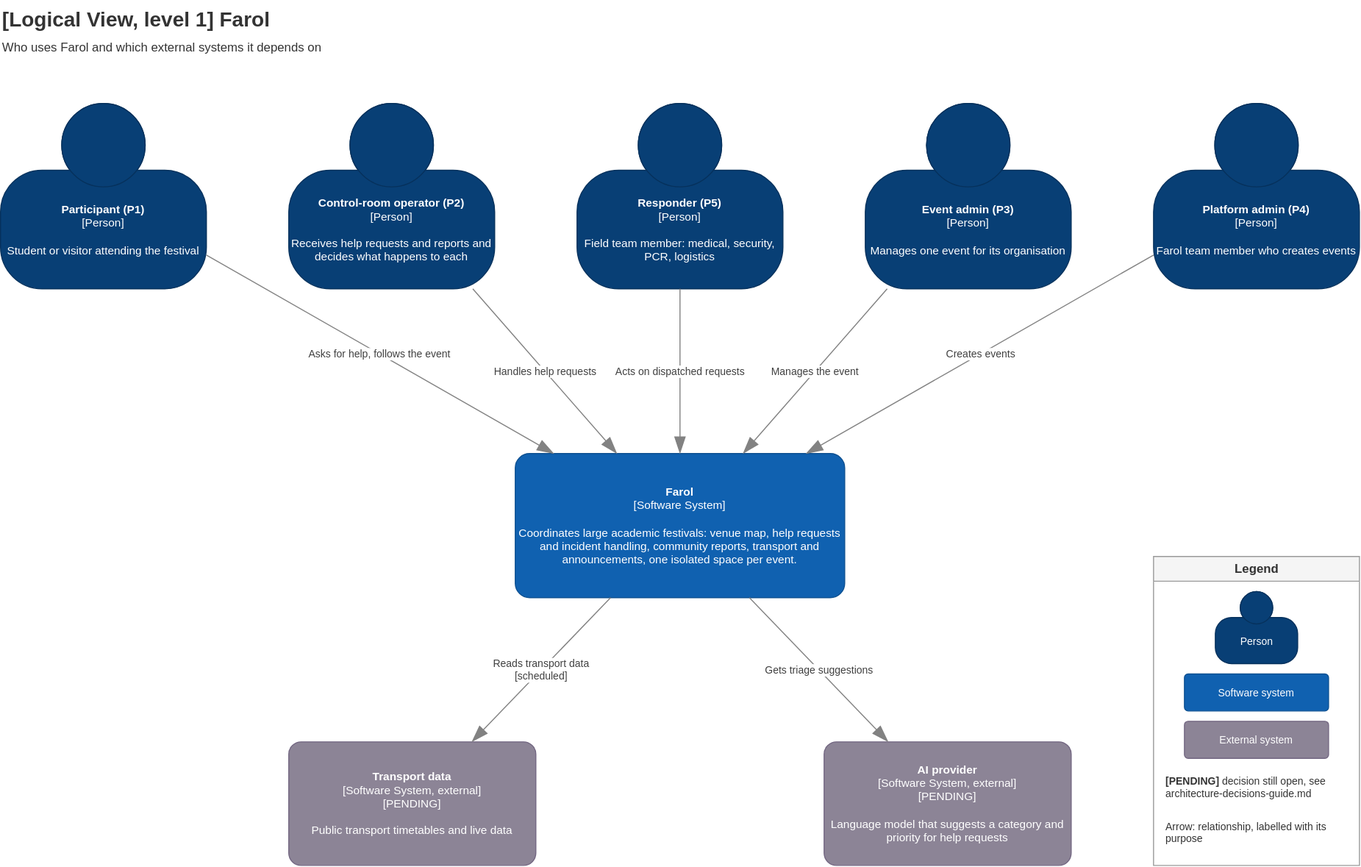
Before: Docs/Technical/diagrams/logical-view-level-1.drawio.svg, a diagram exported from draw.io (tomasoliveira21/LABDSOF). Source tidied: cells renumbered, new cells last; positions are measured from the earlier drawing's top-left corner, leaving out a move shared by most shapes. Its diagram source:
```xml
<mxGraphModel>
  <root>
    <mxCell id="0" />
    <mxCell id="1" parent="0" />
    <mxCell id="2" value="&lt;b&gt;[Logical View, level 1] Farol&lt;/b&gt;&lt;br&gt;&lt;font style=&quot;font-size:12px&quot;&gt;Who uses Farol and which external systems it depends on&lt;/font&gt;" style="text;html=1;align=left;verticalAlign=top;fontSize=20;fontColor=#333333;" parent="1" vertex="1">
      <mxGeometry width="700" height="60" as="geometry" />
    </mxCell>
    <mxCell id="3" value="&lt;b&gt;Participant (P1)&lt;/b&gt;&lt;div&gt;[Person]&lt;/div&gt;&lt;br&gt;&lt;div&gt;Student or visitor attending the festival&lt;/div&gt;" style="html=1;fontSize=11;dashed=0;whiteSpace=wrap;fillColor=#083F75;strokeColor=#06315C;fontColor=#ffffff;shape=mxgraph.c4.person2;align=center;" parent="1" vertex="1">
      <mxGeometry y="100" width="200" height="180" as="geometry" />
    </mxCell>
    <mxCell id="4" value="&lt;b&gt;Control-room operator (P2)&lt;/b&gt;&lt;div&gt;[Person]&lt;/div&gt;&lt;br&gt;&lt;div&gt;Receives help requests and reports and decides what happens to each&lt;/div&gt;" style="html=1;fontSize=11;dashed=0;whiteSpace=wrap;fillColor=#083F75;strokeColor=#06315C;fontColor=#ffffff;shape=mxgraph.c4.person2;align=center;" parent="1" vertex="1">
      <mxGeometry x="280" y="100" width="200" height="180" as="geometry" />
    </mxCell>
    <mxCell id="5" value="&lt;b&gt;Responder (P5)&lt;/b&gt;&lt;div&gt;[Person]&lt;/div&gt;&lt;br&gt;&lt;div&gt;Field team member: medical, security, PCR, logistics&lt;/div&gt;" style="html=1;fontSize=11;dashed=0;whiteSpace=wrap;fillColor=#083F75;strokeColor=#06315C;fontColor=#ffffff;shape=mxgraph.c4.person2;align=center;" parent="1" vertex="1">
      <mxGeometry x="560" y="100" width="200" height="180" as="geometry" />
    </mxCell>
    <mxCell id="6" value="&lt;b&gt;Event admin (P3)&lt;/b&gt;&lt;div&gt;[Person]&lt;/div&gt;&lt;br&gt;&lt;div&gt;Manages one event for its organisation&lt;/div&gt;" style="html=1;fontSize=11;dashed=0;whiteSpace=wrap;fillColor=#083F75;strokeColor=#06315C;fontColor=#ffffff;shape=mxgraph.c4.person2;align=center;" parent="1" vertex="1">
      <mxGeometry x="840" y="100" width="200" height="180" as="geometry" />
    </mxCell>
    <mxCell id="7" value="&lt;b&gt;Platform admin (P4)&lt;/b&gt;&lt;div&gt;[Person]&lt;/div&gt;&lt;br&gt;&lt;div&gt;Farol team member who creates events&lt;/div&gt;" style="html=1;fontSize=11;dashed=0;whiteSpace=wrap;fillColor=#083F75;strokeColor=#06315C;fontColor=#ffffff;shape=mxgraph.c4.person2;align=center;" parent="1" vertex="1">
      <mxGeometry x="1120" y="100" width="200" height="180" as="geometry" />
    </mxCell>
    <mxCell id="8" value="&lt;b&gt;Farol&lt;/b&gt;&lt;div&gt;[Software System]&lt;/div&gt;&lt;br&gt;&lt;div&gt;Coordinates large academic festivals: venue map, help requests and incident handling, community reports, transport and announcements, one isolated space per event.&lt;/div&gt;" style="rounded=1;whiteSpace=wrap;html=1;labelBackgroundColor=none;fillColor=#1061B0;fontColor=#ffffff;align=center;arcSize=10;strokeColor=#0D5091;fontSize=11;" parent="1" vertex="1">
      <mxGeometry x="500" y="440" width="320" height="140" as="geometry" />
    </mxCell>
    <mxCell id="9" value="&lt;b&gt;Transport data&lt;/b&gt;&lt;div&gt;[Software System, external]&lt;/div&gt;&lt;div&gt;[PENDING]&lt;/div&gt;&lt;br&gt;&lt;div&gt;Public transport timetables and live data&lt;/div&gt;" style="rounded=1;whiteSpace=wrap;html=1;labelBackgroundColor=none;fillColor=#8C8496;fontColor=#ffffff;align=center;arcSize=10;strokeColor=#736782;fontSize=11;" parent="1" vertex="1">
      <mxGeometry x="280" y="720" width="240" height="120" as="geometry" />
    </mxCell>
    <mxCell id="10" value="&lt;b&gt;AI provider&lt;/b&gt;&lt;div&gt;[Software System, external]&lt;/div&gt;&lt;div&gt;[PENDING]&lt;/div&gt;&lt;br&gt;&lt;div&gt;Language model that suggests a category and priority for help requests&lt;/div&gt;" style="rounded=1;whiteSpace=wrap;html=1;labelBackgroundColor=none;fillColor=#8C8496;fontColor=#ffffff;align=center;arcSize=10;strokeColor=#736782;fontSize=11;" parent="1" vertex="1">
      <mxGeometry x="800" y="720" width="240" height="120" as="geometry" />
    </mxCell>
    <mxCell id="11" value="Asks for help, follows the event" style="endArrow=blockThin;html=1;fontSize=10;fontColor=#404040;endFill=1;strokeColor=#828282;endSize=14;rounded=0;labelBackgroundColor=#ffffff;" parent="1" edge="1" source="3" target="8">
      <mxGeometry relative="1" as="geometry" />
    </mxCell>
    <mxCell id="12" value="Handles help requests" style="endArrow=blockThin;html=1;fontSize=10;fontColor=#404040;endFill=1;strokeColor=#828282;endSize=14;rounded=0;labelBackgroundColor=#ffffff;" parent="1" edge="1" source="4" target="8">
      <mxGeometry relative="1" as="geometry" />
    </mxCell>
    <mxCell id="13" value="Acts on dispatched requests" style="endArrow=blockThin;html=1;fontSize=10;fontColor=#404040;endFill=1;strokeColor=#828282;endSize=14;rounded=0;labelBackgroundColor=#ffffff;" parent="1" edge="1" source="5" target="8">
      <mxGeometry relative="1" as="geometry" />
    </mxCell>
    <mxCell id="14" value="Manages the event" style="endArrow=blockThin;html=1;fontSize=10;fontColor=#404040;endFill=1;strokeColor=#828282;endSize=14;rounded=0;labelBackgroundColor=#ffffff;" parent="1" edge="1" source="6" target="8">
      <mxGeometry relative="1" as="geometry" />
    </mxCell>
    <mxCell id="15" value="Creates events" style="endArrow=blockThin;html=1;fontSize=10;fontColor=#404040;endFill=1;strokeColor=#828282;endSize=14;rounded=0;labelBackgroundColor=#ffffff;" parent="1" edge="1" source="7" target="8">
      <mxGeometry relative="1" as="geometry" />
    </mxCell>
    <mxCell id="16" value="Reads transport data&lt;br&gt;[scheduled]" style="endArrow=blockThin;html=1;fontSize=10;fontColor=#404040;endFill=1;strokeColor=#828282;endSize=14;rounded=0;labelBackgroundColor=#ffffff;" parent="1" edge="1" source="8" target="9">
      <mxGeometry relative="1" as="geometry" />
    </mxCell>
    <mxCell id="17" value="Gets triage suggestions" style="endArrow=blockThin;html=1;fontSize=10;fontColor=#404040;endFill=1;strokeColor=#828282;endSize=14;rounded=0;labelBackgroundColor=#ffffff;" parent="1" edge="1" source="8" target="10">
      <mxGeometry relative="1" as="geometry" />
    </mxCell>
    <mxCell id="18" value="&lt;b&gt;Legend&lt;/b&gt;" style="swimlane;startSize=24;html=1;fontSize=12;fillColor=#f5f5f5;strokeColor=#999999;fontColor=#333333;" parent="1" vertex="1">
      <mxGeometry x="1120" y="540" width="200" height="300" as="geometry" />
    </mxCell>
    <mxCell id="19" value="Person" style="html=1;fontSize=10;fillColor=#083F75;strokeColor=#06315C;fontColor=#ffffff;shape=mxgraph.c4.person2;" parent="18" vertex="1">
      <mxGeometry x="60" y="34" width="80" height="70" as="geometry" />
    </mxCell>
    <mxCell id="20" value="Software system" style="rounded=1;whiteSpace=wrap;html=1;fillColor=#1061B0;fontColor=#ffffff;arcSize=10;strokeColor=#0D5091;fontSize=10;" parent="18" vertex="1">
      <mxGeometry x="30" y="114" width="140" height="36" as="geometry" />
    </mxCell>
    <mxCell id="21" value="External system" style="rounded=1;whiteSpace=wrap;html=1;fillColor=#8C8496;fontColor=#ffffff;arcSize=10;strokeColor=#736782;fontSize=10;" parent="18" vertex="1">
      <mxGeometry x="30" y="160" width="140" height="36" as="geometry" />
    </mxCell>
    <mxCell id="22" value="&lt;b&gt;[PENDING]&lt;/b&gt; decision still open, see architecture-decisions-guide.md" style="text;html=1;whiteSpace=wrap;fontSize=10;fontColor=#333333;align=left;verticalAlign=top;" parent="18" vertex="1">
      <mxGeometry x="10" y="206" width="180" height="40" as="geometry" />
    </mxCell>
    <mxCell id="23" value="Arrow: relationship, labelled with its purpose" style="text;html=1;whiteSpace=wrap;fontSize=10;fontColor=#333333;align=left;verticalAlign=top;" parent="18" vertex="1">
      <mxGeometry x="10" y="250" width="180" height="40" as="geometry" />
    </mxCell>
  </root>
</mxGraphModel>
```
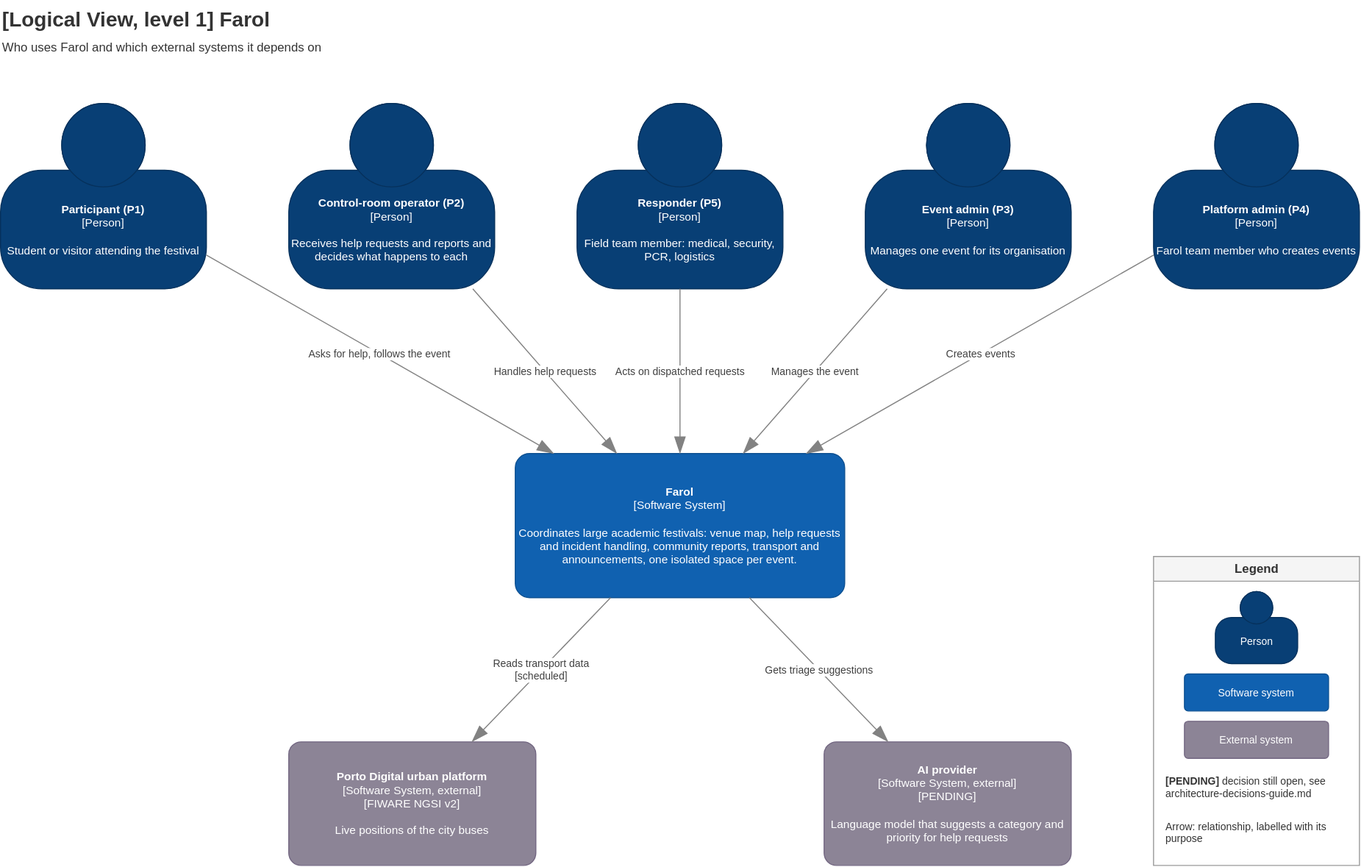
Later version of the same file.

What changed in the source:
```diff
@@ -23,7 +23,7 @@
     <mxCell id="8" value="&lt;b&gt;Farol&lt;/b&gt;&lt;div&gt;[Software System]&lt;/div&gt;&lt;br&gt;&lt;div&gt;Coordinates large academic festivals: venue map, help requests and incident handling, community reports, transport and announcements, one isolated space per event.&lt;/div&gt;" style="rounded=1;whiteSpace=wrap;html=1;labelBackgroundColor=none;fillColor=#1061B0;fontColor=#ffffff;align=center;arcSize=10;strokeColor=#0D5091;fontSize=11;" parent="1" vertex="1">
       <mxGeometry x="500" y="440" width="320" height="140" as="geometry" />
     </mxCell>
-    <mxCell id="9" value="&lt;b&gt;Transport data&lt;/b&gt;&lt;div&gt;[Software System, external]&lt;/div&gt;&lt;div&gt;[PENDING]&lt;/div&gt;&lt;br&gt;&lt;div&gt;Public transport timetables and live data&lt;/div&gt;" style="rounded=1;whiteSpace=wrap;html=1;labelBackgroundColor=none;fillColor=#8C8496;fontColor=#ffffff;align=center;arcSize=10;strokeColor=#736782;fontSize=11;" parent="1" vertex="1">
+    <mxCell id="9" value="&lt;b&gt;Porto Digital urban platform&lt;/b&gt;&lt;div&gt;[Software System, external]&lt;/div&gt;&lt;div&gt;[FIWARE NGSI v2]&lt;/div&gt;&lt;br&gt;&lt;div&gt;Live positions of the city buses&lt;/div&gt;" style="rounded=1;whiteSpace=wrap;html=1;labelBackgroundColor=none;fillColor=#8C8496;fontColor=#ffffff;align=center;arcSize=10;strokeColor=#736782;fontSize=11;" parent="1" vertex="1">
       <mxGeometry x="280" y="720" width="240" height="120" as="geometry" />
     </mxCell>
     <mxCell id="10" value="&lt;b&gt;AI provider&lt;/b&gt;&lt;div&gt;[Software System, external]&lt;/div&gt;&lt;div&gt;[PENDING]&lt;/div&gt;&lt;br&gt;&lt;div&gt;Language model that suggests a category and priority for help requests&lt;/div&gt;" style="rounded=1;whiteSpace=wrap;html=1;labelBackgroundColor=none;fillColor=#8C8496;fontColor=#ffffff;align=center;arcSize=10;strokeColor=#736782;fontSize=11;" parent="1" vertex="1">
```
